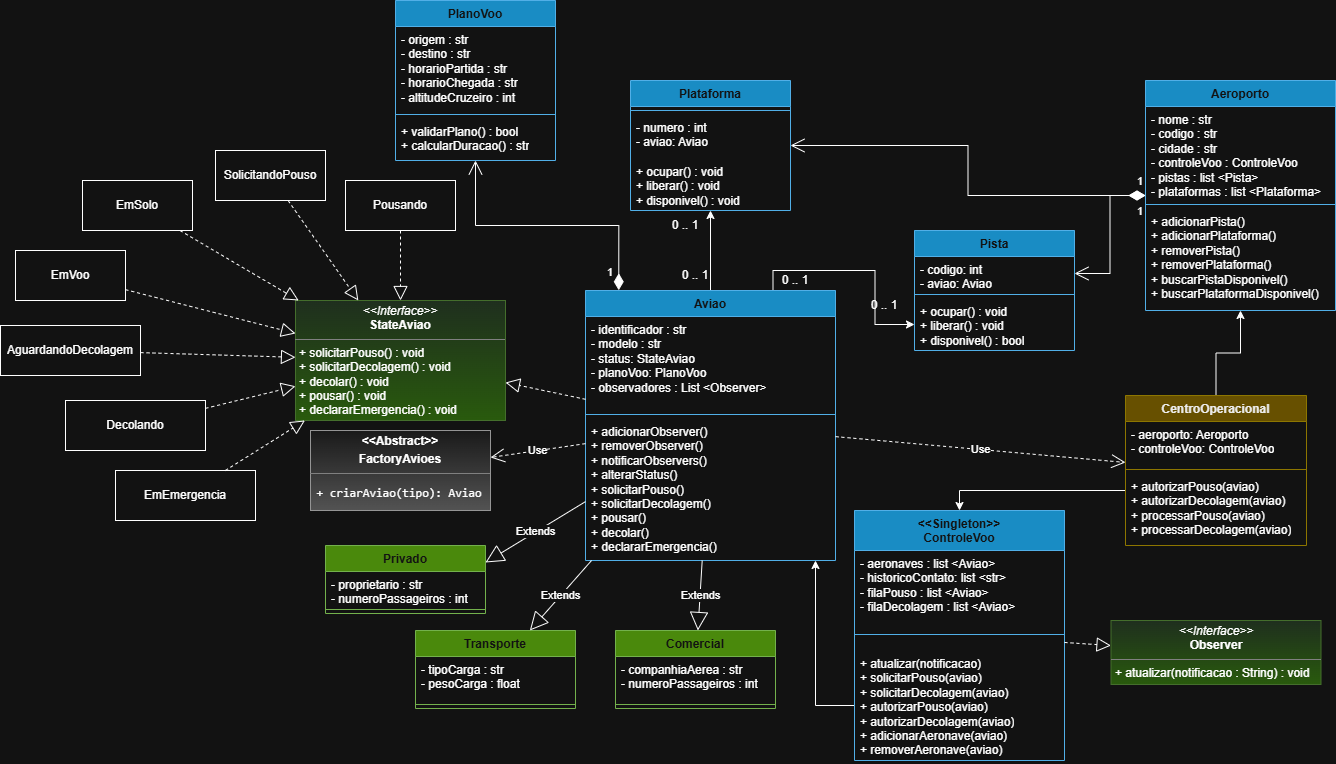
This is docs/uml.png from Rafael-Dpaula/Sistema-de-Gerenciamento-de-Trafego-Aeroportuario, a draw.io export, as it was before one commit. Source tidied: cells renumbered, new cells last; positions are measured from the earlier drawing's top-left corner, leaving out a move shared by most shapes.
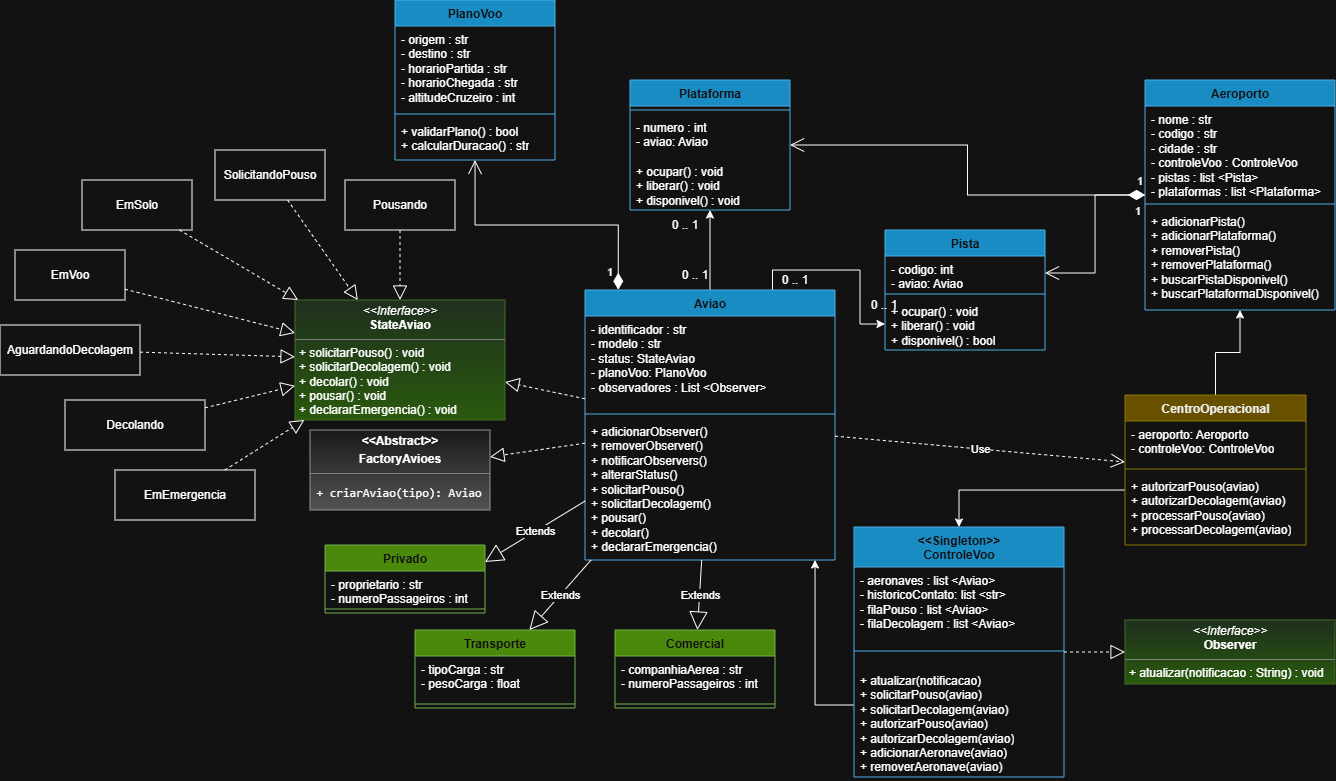
Above is the later version.

Commit message:
mudanças na arquitetura de classe do aeroporto

Change to the diagram source:
```diff
@@ -52,7 +52,7 @@
       </mxGeometry>
     </mxCell>
     <mxCell id="17" value="&lt;div&gt;&amp;lt;&amp;lt;Singleton&amp;gt;&amp;gt;&lt;/div&gt;&lt;div&gt;ControleVoo&lt;/div&gt;" style="swimlane;fontStyle=1;align=center;verticalAlign=top;horizontal=1;startSize=40;whiteSpace=wrap;html=1;fillColor=#1ba1e2;fontColor=#ffffff;strokeColor=#006EAF;" parent="1" vertex="1">
-      <mxGeometry x="854" y="510" width="210" height="250" as="geometry" />
+      <mxGeometry x="854" y="527" width="210" height="250" as="geometry" />
     </mxCell>
     <mxCell id="18" value="&lt;div&gt;&lt;span style=&quot;background-color: transparent; color: light-dark(rgb(0, 0, 0), rgb(255, 255, 255));&quot;&gt;- aeronaves : list &amp;lt;Aviao&amp;gt;&lt;/span&gt;&lt;/div&gt;&lt;div&gt;- historicoContato: list &amp;lt;str&amp;gt;&lt;/div&gt;&lt;div&gt;- filaPouso : list &amp;lt;Aviao&amp;gt;&lt;/div&gt;&lt;div&gt;- filaDecolagem : list &amp;lt;Aviao&amp;gt;&lt;/div&gt;" style="text;strokeColor=none;fillColor=none;align=left;verticalAlign=top;spacingLeft=4;spacingRight=4;overflow=hidden;whiteSpace=wrap;html=1;" parent="17" vertex="1">
       <mxGeometry y="40" width="210" height="80" as="geometry" />
@@ -112,13 +112,13 @@
       <mxGeometry y="78" width="160" height="52" as="geometry" />
     </mxCell>
     <mxCell id="37" value="&lt;p style=&quot;margin:0px;margin-top:4px;text-align:center;&quot;&gt;&lt;i&gt;&amp;lt;&amp;lt;Interface&amp;gt;&amp;gt;&lt;/i&gt;&lt;br&gt;&lt;b&gt;Observer&lt;/b&gt;&lt;/p&gt;&lt;hr size=&quot;1&quot; style=&quot;border-style:solid;&quot;&gt;&lt;p style=&quot;margin:0px;margin-left:4px;&quot;&gt;+ atualizar(notificacao : String) : void&lt;/p&gt;" style="verticalAlign=top;align=left;overflow=fill;html=1;whiteSpace=wrap;fillColor=#d5e8d4;strokeColor=#82b366;gradientColor=#97d077;" parent="1" vertex="1">
-      <mxGeometry x="1110.5" y="620" width="210" height="64" as="geometry" />
+      <mxGeometry x="1125" y="620" width="210" height="64" as="geometry" />
     </mxCell>
     <mxCell id="38" style="endArrow=block;dashed=1;endFill=0;endSize=12;html=1;rounded=0;" parent="1" edge="1" source="17" target="37">
       <mxGeometry relative="1" as="geometry" />
     </mxCell>
     <mxCell id="39" value="Pista" style="swimlane;fontStyle=1;align=center;verticalAlign=top;horizontal=1;startSize=26;whiteSpace=wrap;html=1;fillColor=#1ba1e2;fontColor=#ffffff;strokeColor=#006EAF;" parent="1" vertex="1">
-      <mxGeometry x="914" y="230" width="160" height="120" as="geometry" />
+      <mxGeometry x="885" y="230" width="160" height="120" as="geometry" />
     </mxCell>
     <mxCell id="40" value="&lt;div&gt;- codigo: int&lt;/div&gt;&lt;div&gt;- aviao: Aviao&lt;/div&gt;" style="text;strokeColor=none;fillColor=none;align=left;verticalAlign=top;spacingLeft=4;spacingRight=4;overflow=hidden;points=[[0,0.5],[1,0.5]];portConstraint=eastwest;whiteSpace=wrap;html=1;" parent="39" vertex="1">
       <mxGeometry y="26" width="160" height="34" as="geometry" />
@@ -171,9 +171,6 @@
     <mxCell id="56" value="&lt;p style=&quot;margin:0px;margin-top:4px;text-align:center;&quot;&gt;&lt;b&gt;&amp;lt;&amp;lt;Abstract&amp;gt;&amp;gt;&lt;/b&gt;&lt;/p&gt;&lt;p style=&quot;margin:0px;margin-top:4px;text-align:center;&quot;&gt;&lt;b&gt;FactoryAvioes&lt;/b&gt;&lt;/p&gt;&lt;hr size=&quot;1&quot; style=&quot;border-style:solid;&quot;&gt;&lt;div style=&quot;height:2px;&quot;&gt;&lt;pre class=&quot;overflow-visible! px-0!&quot;&gt;&lt;div class=&quot;relative w-full mt-4 mb-1&quot;&gt;&lt;div class=&quot;&quot;&gt;&lt;div class=&quot;relative&quot;&gt;&lt;div class=&quot;h-full min-h-0 min-w-0&quot;&gt;&lt;div class=&quot;h-full min-h-0 min-w-0&quot;&gt;&lt;div class=&quot;border border-token-border-light border-radius-3xl corner-superellipse/1.1 rounded-3xl&quot;&gt;&lt;div class=&quot;h-full w-full border-radius-3xl bg-token-bg-elevated-secondary corner-superellipse/1.1 overflow-clip rounded-3xl lxnfua_clipPathFallback&quot;&gt;&lt;div class=&quot;relative&quot;&gt;&lt;div class=&quot;pe-11 pt-3&quot;&gt;&lt;div class=&quot;relative z-0 flex max-w-full&quot;&gt;&lt;div id=&quot;code-block-viewer&quot; dir=&quot;ltr&quot; class=&quot;q9tKkq_viewer cm-editor z-10 light:cm-light dark:cm-light flex h-full w-full flex-col items-stretch ͼs ͼ16&quot;&gt;&lt;div class=&quot;cm-scroller&quot;&gt;&lt;pre class=&quot;cm-content q9tKkq_readonly m-0&quot;&gt;&lt;code&gt; + criarAviao(tipo): Aviao&lt;/code&gt;&lt;/pre&gt;&lt;/div&gt;&lt;/div&gt;&lt;/div&gt;&lt;/div&gt;&lt;/div&gt;&lt;/div&gt;&lt;/div&gt;&lt;/div&gt;&lt;/div&gt;&lt;div class=&quot;&quot;&gt;&lt;div class=&quot;&quot;&gt;&lt;/div&gt;&lt;/div&gt;&lt;/div&gt;&lt;/div&gt;&lt;/div&gt;&lt;/pre&gt;&lt;br&gt;&lt;p&gt;&lt;/p&gt;&lt;/div&gt;" style="verticalAlign=top;align=left;overflow=fill;html=1;whiteSpace=wrap;fillColor=#f5f5f5;strokeColor=#666666;gradientColor=#b3b3b3;" parent="1" vertex="1">
       <mxGeometry x="310" y="430" width="180" height="80" as="geometry" />
     </mxCell>
-    <mxCell id="57" value="Use" style="endArrow=open;endSize=12;dashed=1;html=1;rounded=0;" parent="1" edge="1" source="8" target="56">
-      <mxGeometry relative="1" as="geometry" />
-    </mxCell>
     <mxCell id="58" value="Decolando" style="html=1;whiteSpace=wrap;" parent="1" vertex="1">
       <mxGeometry x="65" y="400" width="140" height="50" as="geometry" />
     </mxCell>
@@ -229,5 +226,8 @@
     <mxCell id="74" style="endArrow=block;dashed=1;endFill=0;endSize=12;html=1;rounded=0;" parent="1" edge="1" source="73" target="43">
       <mxGeometry relative="1" as="geometry" />
     </mxCell>
+    <mxCell id="57" style="endArrow=block;dashed=1;endFill=0;endSize=12;html=1;rounded=0;" parent="1" edge="1" source="8" target="56">
+      <mxGeometry relative="1" as="geometry" />
+    </mxCell>
   </root>
 </mxGraphModel>
```
